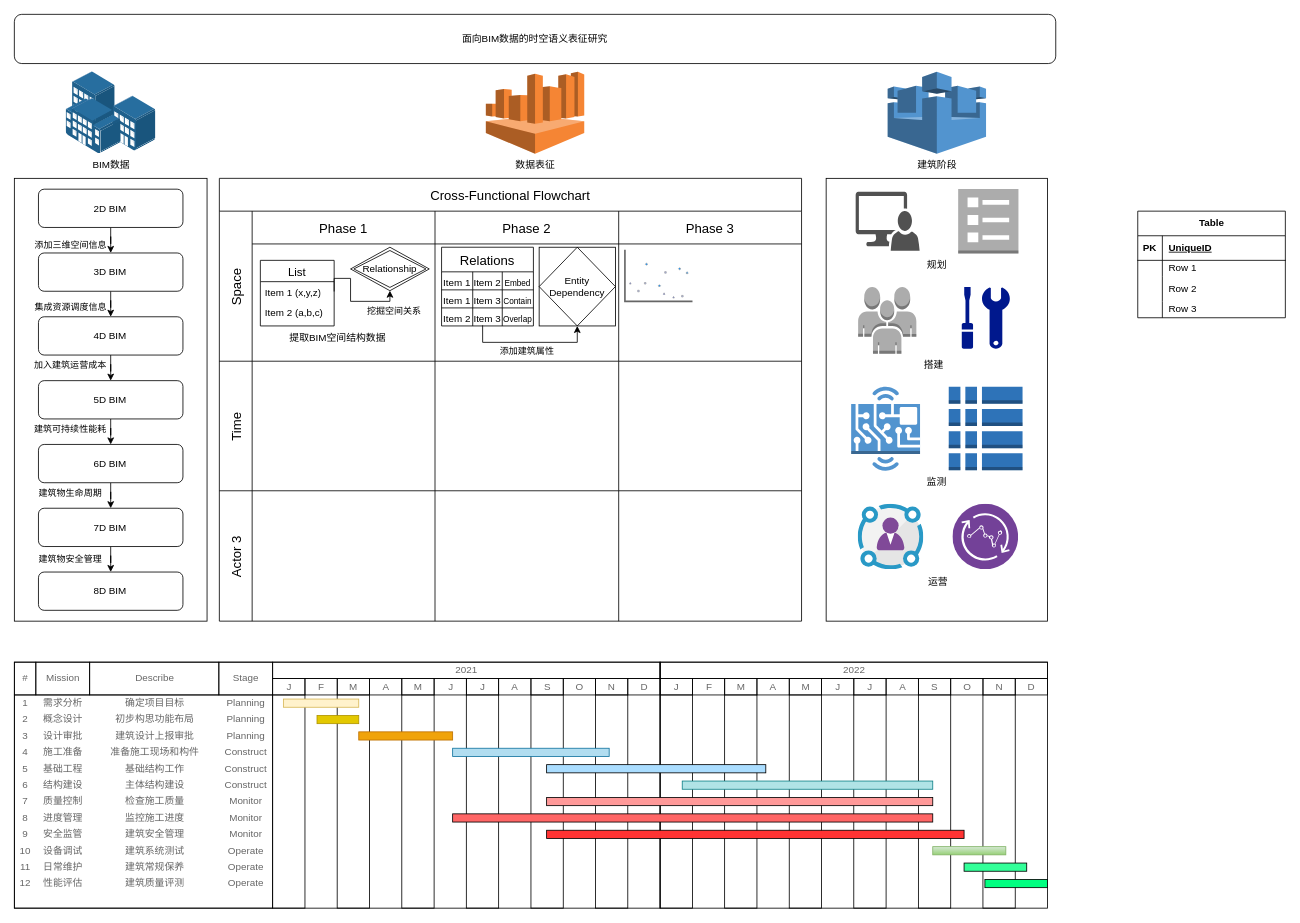
The draw.io diagram 未命名绘图.drawio in Student-WangZhengTao/LLM, before the edit. Source tidied: cells renumbered, new cells numbered last; positions are measured from the earlier drawing's top-left corner, leaving out a move shared by most shapes. Both pictures are drawn from the tidied source at 82%, with x=0, y=0 at pixel (14, 14).
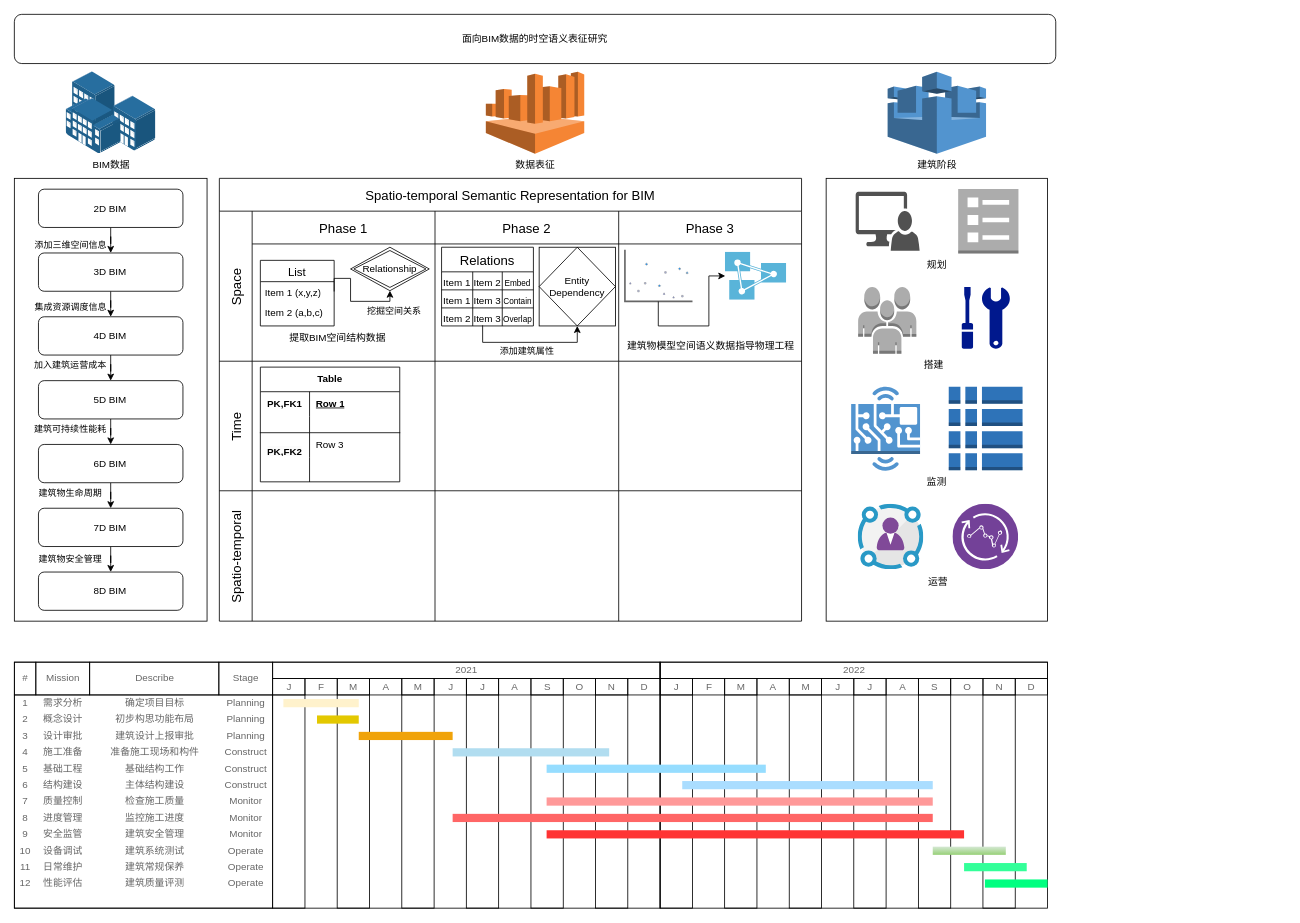
Above is the later version.

Unchanged cells that the change refers to:
```xml
<mxCell id="46" value="Phase 3" style="swimlane;swimlaneHead=0;swimlaneBody=0;fontStyle=0;strokeColor=inherit;fillColor=none;startSize=40;fontSize=16;" parent="20" vertex="1">
  <mxGeometry x="487" width="223" height="183" as="geometry" />
</mxCell>
<mxCell id="47" style="verticalLabelPosition=bottom;shadow=0;dashed=0;align=center;html=1;verticalAlign=top;strokeWidth=1;shape=mxgraph.mockup.graphics.plotChart;strokeColor=none;strokeColor2=#aaaaaa;strokeColor3=#666666;fillColor2=#99aaff,#0022ff,#008cff;" parent="46" vertex="1">
  <mxGeometry x="7.6" y="47" width="82.4" height="63" as="geometry" />
</mxCell>
<mxCell id="49" style="swimlane;swimlaneHead=0;swimlaneBody=0;fontStyle=0;strokeColor=inherit;fillColor=none;startSize=0;fontSize=16;" parent="48" vertex="1">
  <mxGeometry x="40" width="223" height="158" as="geometry" />
</mxCell>
<mxCell id="56" style="group;" parent="1" vertex="1">
  <mxGeometry y="790" width="1260" height="300" as="geometry" />
</mxCell>
```

What changed in the source:
```diff
@@
-    <mxCell id="3" value="Table" style="shape=table;startSize=30;childLayout=tableLayout;rowLines=0;fontStyle=1;align=center;html=1;" parent="1" vertex="1">
-      <mxGeometry x="1370" y="240" width="180" height="130" as="geometry" />
-    </mxCell>
-    <mxCell id="4" style="shape=tableRow;horizontal=0;startSize=0;swimlaneHead=0;swimlaneBody=0;fillColor=none;top=0;left=0;right=0;bottom=1;" parent="3" vertex="1">
-      <mxGeometry y="30" width="180" height="30" as="geometry" />
-    </mxCell>
-    <mxCell id="5" value="PK" style="shape=partialRectangle;fillColor=none;top=0;left=0;bottom=0;right=0;fontStyle=1;overflow=hidden;whiteSpace=wrap;html=1;" parent="4" vertex="1">
-      <mxGeometry width="30" height="30" as="geometry" />
-    </mxCell>
-    <mxCell id="6" value="UniqueID" style="shape=partialRectangle;fillColor=none;top=0;left=0;bottom=0;right=0;align=left;spacingLeft=6;fontStyle=5;overflow=hidden;whiteSpace=wrap;html=1;" parent="4" vertex="1">
-      <mxGeometry x="30" width="150" height="30" as="geometry" />
-    </mxCell>
-    <mxCell id="7" style="shape=tableRow;horizontal=0;startSize=0;swimlaneHead=0;swimlaneBody=0;fillColor=none;top=0;left=0;right=0;bottom=0;" parent="3" vertex="1">
-      <mxGeometry y="60" width="180" height="20" as="geometry" />
-    </mxCell>
-    <mxCell id="8" style="shape=partialRectangle;fillColor=none;top=0;left=0;bottom=0;right=0;overflow=hidden;whiteSpace=wrap;html=1;" parent="7" vertex="1">
-      <mxGeometry width="30" height="20" as="geometry" />
-    </mxCell>
-    <mxCell id="9" value="Row 1" style="shape=partialRectangle;fillColor=none;top=0;left=0;bottom=0;right=0;align=left;spacingLeft=6;overflow=hidden;whiteSpace=wrap;html=1;" parent="7" vertex="1">
-      <mxGeometry x="30" width="150" height="20" as="geometry" />
-    </mxCell>
-    <mxCell id="10" style="shape=tableRow;horizontal=0;startSize=0;swimlaneHead=0;swimlaneBody=0;fillColor=none;top=0;left=0;right=0;bottom=0;" parent="3" vertex="1">
-      <mxGeometry y="80" width="180" height="30" as="geometry" />
-    </mxCell>
-    <mxCell id="11" style="shape=partialRectangle;fillColor=none;top=0;left=0;bottom=0;right=0;overflow=hidden;whiteSpace=wrap;html=1;" parent="10" vertex="1">
-      <mxGeometry width="30" height="30" as="geometry" />
-    </mxCell>
-    <mxCell id="12" value="Row 2" style="shape=partialRectangle;fillColor=none;top=0;left=0;bottom=0;right=0;align=left;spacingLeft=6;overflow=hidden;whiteSpace=wrap;html=1;" parent="10" vertex="1">
-      <mxGeometry x="30" width="150" height="30" as="geometry" />
-    </mxCell>
-    <mxCell id="13" style="shape=tableRow;horizontal=0;startSize=0;swimlaneHead=0;swimlaneBody=0;fillColor=none;top=0;left=0;right=0;bottom=0;" parent="3" vertex="1">
-      <mxGeometry y="110" width="180" height="20" as="geometry" />
-    </mxCell>
-    <mxCell id="14" style="shape=partialRectangle;fillColor=none;top=0;left=0;bottom=0;right=0;overflow=hidden;whiteSpace=wrap;html=1;" parent="13" vertex="1">
-      <mxGeometry width="30" height="20" as="geometry" />
-    </mxCell>
-    <mxCell id="15" value="Row 3" style="shape=partialRectangle;fillColor=none;top=0;left=0;bottom=0;right=0;align=left;spacingLeft=6;overflow=hidden;whiteSpace=wrap;html=1;" parent="13" vertex="1">
-      <mxGeometry x="30" width="150" height="20" as="geometry" />
-    </mxCell>
@@
-    <mxCell id="19" value="Cross-Functional Flowchart" style="shape=table;childLayout=tableLayout;startSize=40;fontSize=16;" parent="1" vertex="1">
+    <mxCell id="19" value="Spatio-temporal Semantic Representation for BIM" style="shape=table;childLayout=tableLayout;startSize=40;fontSize=16;" parent="1" vertex="1">
       <mxGeometry x="250" y="200" width="710" height="540" as="geometry" />
     </mxCell>
@@
+    <mxCell id="197" style="image;sketch=0;html=1;points=[];align=center;fontSize=12;image=img/lib/mscae/Analysis_Services.svg;" parent="46" vertex="1">
+      <mxGeometry x="130" y="50" width="74.8" height="58.4" as="geometry" />
+    </mxCell>
+    <mxCell id="198" style="edgeStyle=orthogonalEdgeStyle;rounded=0;jettySize=auto;html=1;exitX=0.494;exitY=1.003;exitDx=0;exitDy=0;exitPerimeter=0;" parent="46" edge="1" source="47" target="197">
+      <mxGeometry relative="1" as="geometry">
+        <Array as="points">
+          <mxPoint x="48" y="140" />
+          <mxPoint x="110" y="140" />
+          <mxPoint x="110" y="79" />
+        </Array>
+      </mxGeometry>
+    </mxCell>
+    <mxCell id="199" value="建筑物模型空间语义数据指导物理工程" style="text;html=1;align=center;verticalAlign=middle;strokeColor=none;fillColor=none;" parent="46" vertex="1">
+      <mxGeometry x="-3.5" y="150" width="230" height="30" as="geometry" />
+    </mxCell>
@@
+    <mxCell id="3" value="Table" style="shape=table;startSize=30;childLayout=tableLayout;rowLines=0;fontStyle=1;align=center;html=1;whiteSpace=wrap;" parent="49" vertex="1">
+      <mxGeometry x="10" y="7.2" width="170" height="139.9" as="geometry" />
+    </mxCell>
+    <mxCell id="200" style="shape=tableRow;horizontal=0;startSize=0;swimlaneHead=0;swimlaneBody=0;fillColor=none;top=0;left=0;right=0;bottom=0;html=1;" parent="3" vertex="1">
+      <mxGeometry y="30" width="170" height="30" as="geometry" />
+    </mxCell>
+    <mxCell id="201" value="PK,FK1" style="shape=partialRectangle;fillColor=none;top=0;left=0;bottom=0;right=0;fontStyle=1;overflow=hidden;html=1;whiteSpace=wrap;" parent="200" vertex="1">
+      <mxGeometry width="60" height="30" as="geometry" />
+    </mxCell>
+    <mxCell id="9" value="Row 1" style="shape=partialRectangle;fillColor=none;top=0;left=0;bottom=0;right=0;align=left;spacingLeft=6;fontStyle=5;overflow=hidden;html=1;whiteSpace=wrap;" parent="200" vertex="1">
+      <mxGeometry x="60" width="110" height="30" as="geometry" />
+    </mxCell>
+    <mxCell id="202" style="shape=tableRow;horizontal=0;startSize=0;swimlaneHead=0;swimlaneBody=0;fillColor=none;top=0;left=0;right=0;bottom=1;html=1;" parent="3" vertex="1">
+      <mxGeometry y="60" width="170" height="20" as="geometry" />
+    </mxCell>
+    <mxCell id="203" style="shape=partialRectangle;fillColor=none;top=0;left=0;bottom=0;right=0;fontStyle=1;overflow=hidden;html=1;whiteSpace=wrap;" parent="202" vertex="1">
+      <mxGeometry width="60" height="20" as="geometry" />
+    </mxCell>
+    <mxCell id="204" style="shape=partialRectangle;fillColor=none;top=0;left=0;bottom=0;right=0;align=left;spacingLeft=6;fontStyle=5;overflow=hidden;html=1;whiteSpace=wrap;" parent="202" vertex="1">
+      <mxGeometry x="60" width="110" height="20" as="geometry" />
+    </mxCell>
+    <mxCell id="205" style="shape=tableRow;horizontal=0;startSize=0;swimlaneHead=0;swimlaneBody=0;fillColor=none;top=0;left=0;right=0;bottom=0;html=1;" parent="3" vertex="1">
+      <mxGeometry y="80" width="170" height="30" as="geometry" />
+    </mxCell>
+    <mxCell id="206" value="&#10;&lt;span style=&quot;color: rgb(0, 0, 0); font-family: Helvetica; font-size: 12px; font-style: normal; font-variant-ligatures: normal; font-variant-caps: normal; font-weight: 700; letter-spacing: normal; orphans: 2; text-align: center; text-indent: 0px; text-transform: none; widows: 2; word-spacing: 0px; -webkit-text-stroke-width: 0px; white-space: normal; background-color: rgb(251, 251, 251); text-decoration-thickness: initial; text-decoration-style: initial; text-decoration-color: initial; display: inline !important; float: none;&quot;&gt;PK,FK2&lt;/span&gt;&#10;&#10;" style="shape=partialRectangle;fillColor=none;top=0;left=0;bottom=0;right=0;overflow=hidden;html=1;whiteSpace=wrap;" parent="205" vertex="1">
+      <mxGeometry width="60" height="30" as="geometry" />
+    </mxCell>
+    <mxCell id="15" value="Row 3" style="shape=partialRectangle;fillColor=none;top=0;left=0;bottom=0;right=0;align=left;spacingLeft=6;overflow=hidden;html=1;whiteSpace=wrap;" parent="205" vertex="1">
+      <mxGeometry x="60" width="110" height="30" as="geometry" />
+    </mxCell>
+    <mxCell id="207" style="shape=tableRow;horizontal=0;startSize=0;swimlaneHead=0;swimlaneBody=0;fillColor=none;top=0;left=0;right=0;bottom=0;html=1;" parent="3" vertex="1">
+      <mxGeometry y="110" width="170" height="30" as="geometry" />
+    </mxCell>
+    <mxCell id="208" style="shape=partialRectangle;fillColor=none;top=0;left=0;bottom=0;right=0;overflow=hidden;html=1;whiteSpace=wrap;" parent="207" vertex="1">
+      <mxGeometry width="60" height="30" as="geometry" />
+    </mxCell>
+    <mxCell id="209" style="shape=partialRectangle;fillColor=none;top=0;left=0;bottom=0;right=0;align=left;spacingLeft=6;overflow=hidden;html=1;whiteSpace=wrap;" parent="207" vertex="1">
+      <mxGeometry x="60" width="110" height="30" as="geometry" />
+    </mxCell>
@@
-    <mxCell id="52" value="Actor 3" style="shape=tableRow;horizontal=0;swimlaneHead=0;swimlaneBody=0;top=0;left=0;strokeColor=inherit;bottom=0;right=0;fontStyle=0;fillColor=none;startSize=40;fontSize=16;" parent="19" vertex="1">
+    <mxCell id="52" value="Spatio-temporal" style="shape=tableRow;horizontal=0;swimlaneHead=0;swimlaneBody=0;top=0;left=0;strokeColor=inherit;bottom=0;right=0;fontStyle=0;fillColor=none;startSize=40;fontSize=16;" parent="19" vertex="1">
       <mxGeometry y="381" width="710" height="159" as="geometry" />
     </mxCell>
@@
-    <mxCell id="118" style="strokeWidth=1;shadow=0;dashed=0;align=center;html=1;shape=mxgraph.mockup.graphics.rrect;rSize=0;strokeColor=#d6b656;fillColor=#fff2cc;" parent="56" vertex="1">
+    <mxCell id="118" style="strokeWidth=1;shadow=0;dashed=0;align=center;html=1;shape=mxgraph.mockup.graphics.rrect;rSize=0;strokeColor=none;fillColor=#fff2cc;" parent="56" vertex="1">
       <mxGeometry x="328.1" y="45" width="91.9" height="10" as="geometry" />
     </mxCell>
-    <mxCell id="119" style="strokeWidth=1;shadow=0;dashed=0;align=center;html=1;shape=mxgraph.mockup.graphics.rrect;rSize=0;strokeColor=#B09500;fillColor=#e3c800;fontColor=#000000;" parent="56" vertex="1">
+    <mxCell id="119" style="strokeWidth=1;shadow=0;dashed=0;align=center;html=1;shape=mxgraph.mockup.graphics.rrect;rSize=0;strokeColor=none;fillColor=#e3c800;fontColor=#000000;" parent="56" vertex="1">
       <mxGeometry x="369.1" y="65" width="50.9" height="10" as="geometry" />
     </mxCell>
-    <mxCell id="120" style="strokeWidth=1;shadow=0;dashed=0;align=center;html=1;shape=mxgraph.mockup.graphics.rrect;rSize=0;strokeColor=#BD7000;fillColor=#f0a30a;fontColor=#000000;" parent="56" vertex="1">
+    <mxCell id="120" style="strokeWidth=1;shadow=0;dashed=0;align=center;html=1;shape=mxgraph.mockup.graphics.rrect;rSize=0;strokeColor=none;fillColor=#f0a30a;fontColor=#000000;" parent="56" vertex="1">
       <mxGeometry x="420" y="85" width="114.5" height="10" as="geometry" />
     </mxCell>
-    <mxCell id="121" style="strokeWidth=1;shadow=0;dashed=0;align=center;html=1;shape=mxgraph.mockup.graphics.rrect;rSize=0;strokeColor=#10739e;fillColor=#b1ddf0;" parent="56" vertex="1">
+    <mxCell id="121" style="strokeWidth=1;shadow=0;dashed=0;align=center;html=1;shape=mxgraph.mockup.graphics.rrect;rSize=0;strokeColor=none;fillColor=#b1ddf0;" parent="56" vertex="1">
       <mxGeometry x="534.5" y="105" width="190.9" height="10" as="geometry" />
     </mxCell>
-    <mxCell id="122" style="strokeWidth=1;shadow=0;dashed=0;align=center;html=1;shape=mxgraph.mockup.graphics.rrect;rSize=0;strokeColor=default;fillColor=#aaddff;" parent="56" vertex="1">
+    <mxCell id="122" style="strokeWidth=1;shadow=0;dashed=0;align=center;html=1;shape=mxgraph.mockup.graphics.rrect;rSize=0;strokeColor=none;fillColor=#96ddff;" parent="56" vertex="1">
       <mxGeometry x="649.1" y="125" width="267.3" height="10" as="geometry" />
     </mxCell>
-    <mxCell id="123" style="strokeWidth=1;shadow=0;dashed=0;align=center;html=1;shape=mxgraph.mockup.graphics.rrect;rSize=0;strokeColor=#0e8088;fillColor=#b0e3e6;" parent="56" vertex="1">
+    <mxCell id="123" style="strokeWidth=1;shadow=0;dashed=0;align=center;html=1;shape=mxgraph.mockup.graphics.rrect;rSize=0;strokeColor=none;fillColor=#aaddff;" parent="56" vertex="1">
       <mxGeometry x="814.5" y="145" width="305.5" height="10" as="geometry" />
     </mxCell>
-    <mxCell id="124" style="strokeWidth=1;shadow=0;dashed=0;align=center;html=1;shape=mxgraph.mockup.graphics.rrect;rSize=0;strokeColor=default;fillColor=#FF9999;" parent="56" vertex="1">
+    <mxCell id="124" style="strokeWidth=1;shadow=0;dashed=0;align=center;html=1;shape=mxgraph.mockup.graphics.rrect;rSize=0;strokeColor=none;fillColor=#FF9999;" parent="56" vertex="1">
       <mxGeometry x="649.1" y="165" width="470.9" height="10" as="geometry" />
     </mxCell>
-    <mxCell id="125" style="strokeWidth=1;shadow=0;dashed=0;align=center;html=1;shape=mxgraph.mockup.graphics.rrect;rSize=0;strokeColor=default;fillColor=#FF6666;" parent="56" vertex="1">
+    <mxCell id="125" style="strokeWidth=1;shadow=0;dashed=0;align=center;html=1;shape=mxgraph.mockup.graphics.rrect;rSize=0;strokeColor=none;fillColor=#FF6666;" parent="56" vertex="1">
       <mxGeometry x="534.5" y="185" width="585.5" height="10" as="geometry" />
     </mxCell>
-    <mxCell id="126" style="strokeWidth=1;shadow=0;dashed=0;align=center;html=1;shape=mxgraph.mockup.graphics.rrect;rSize=0;strokeColor=default;fillColor=#FF3333;" parent="56" vertex="1">
+    <mxCell id="126" style="strokeWidth=1;shadow=0;dashed=0;align=center;html=1;shape=mxgraph.mockup.graphics.rrect;rSize=0;strokeColor=none;fillColor=#FF3333;" parent="56" vertex="1">
       <mxGeometry x="649.1" y="205" width="509.1" height="10" as="geometry" />
     </mxCell>
-    <mxCell id="127" style="strokeWidth=1;shadow=0;dashed=0;align=center;html=1;shape=mxgraph.mockup.graphics.rrect;rSize=0;strokeColor=#82b366;fillColor=#d5e8d4;gradientColor=#97d077;" parent="56" vertex="1">
+    <mxCell id="127" style="strokeWidth=1;shadow=0;dashed=0;align=center;html=1;shape=mxgraph.mockup.graphics.rrect;rSize=0;strokeColor=none;fillColor=#d5e8d4;gradientColor=#97d077;" parent="56" vertex="1">
       <mxGeometry x="1120" y="225" width="89.1" height="10" as="geometry" />
     </mxCell>
-    <mxCell id="128" style="strokeWidth=1;shadow=0;dashed=0;align=center;html=1;shape=mxgraph.mockup.graphics.rrect;rSize=0;strokeColor=default;fillColor=#33FF99;" parent="56" vertex="1">
+    <mxCell id="128" style="strokeWidth=1;shadow=0;dashed=0;align=center;html=1;shape=mxgraph.mockup.graphics.rrect;rSize=0;strokeColor=none;fillColor=#33FF99;" parent="56" vertex="1">
       <mxGeometry x="1158.2" y="245" width="76.4" height="10" as="geometry" />
     </mxCell>
-    <mxCell id="129" style="strokeWidth=1;shadow=0;dashed=0;align=center;html=1;shape=mxgraph.mockup.graphics.rrect;rSize=0;strokeColor=default;fillColor=#00FF80;" parent="56" vertex="1">
+    <mxCell id="129" style="strokeWidth=1;shadow=0;dashed=0;align=center;html=1;shape=mxgraph.mockup.graphics.rrect;rSize=0;strokeColor=none;fillColor=#00FF80;" parent="56" vertex="1">
       <mxGeometry x="1183.6" y="265" width="76.4" height="10" as="geometry" />
     </mxCell>
```
